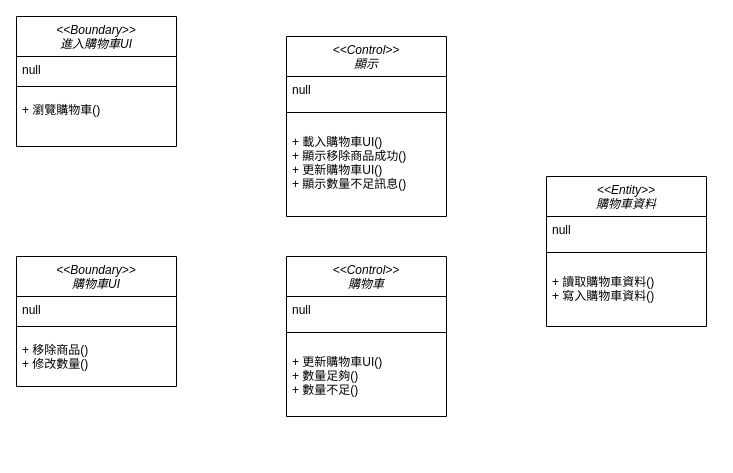
This is 購物車類別圖0515.drawio from odcs0320/blog, a draw.io file, before an edit. Source tidied: cells renumbered, new cells numbered last; positions are measured from the earlier drawing's top-left corner, leaving out a move shared by most shapes. Both pictures are drawn from the tidied source at 100%, with x=0, y=0 at pixel (16, 16).
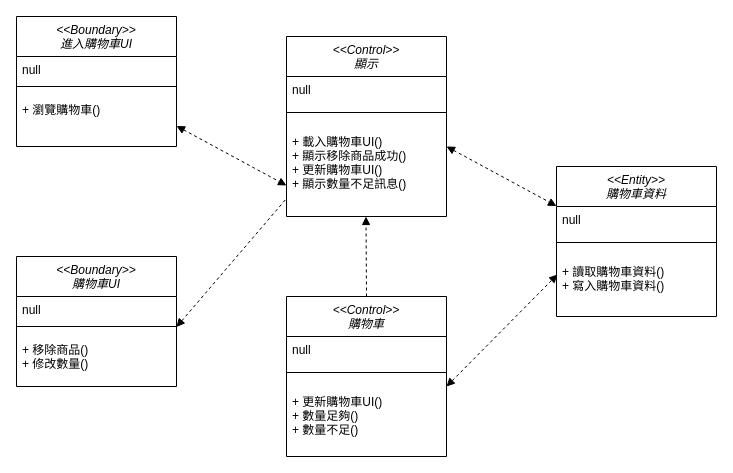
The same page after the edit.

Commit message:
更新購物車類別圖0515.drawio

The change refers to these unchanged cells:
```xml
<mxCell id="13" value="+ 載入購物車UI()&#10;+ 顯示移除商品成功()&#10;+ 更新購物車UI()&#10;+ 顯示數量不足訊息()" style="text;align=left;verticalAlign=top;spacingLeft=4;spacingRight=4;overflow=hidden;points=[[0,0.5],[1,0.5]];portConstraint=eastwest;rounded=0;shadow=0;html=0;" parent="10" vertex="1">
  <mxGeometry y="92" width="160" height="68" as="geometry" />
</mxCell>
<mxCell id="21" value="+ 讀取購物車資料()&#10;+ 寫入購物車資料()" style="text;align=left;verticalAlign=top;spacingLeft=4;spacingRight=4;overflow=hidden;points=[[0,0.5],[1,0.5]];portConstraint=eastwest;rounded=0;shadow=0;html=0;" parent="18" vertex="1">
  <mxGeometry y="92" width="160" height="58" as="geometry" />
</mxCell>
```

Diff of the diagram source:
```diff
@@
     <mxCell id="14" value="&lt;&lt;Control&gt;&gt;&#10;購物車" style="swimlane;fontStyle=2;align=center;verticalAlign=top;horizontal=1;startSize=40;rounded=0;shadow=0;strokeWidth=1;" parent="1" vertex="1">
-      <mxGeometry x="270" y="240" width="160" height="160" as="geometry" />
+      <mxGeometry x="270" y="280" width="160" height="160" as="geometry" />
     </mxCell>
@@
     <mxCell id="18" value="&lt;&lt;Entity&gt;&gt;&#10;購物車資料" style="swimlane;fontStyle=2;align=center;verticalAlign=top;horizontal=1;startSize=40;rounded=0;shadow=0;strokeWidth=1;" parent="1" vertex="1">
-      <mxGeometry x="530" y="160" width="160" height="150" as="geometry" />
+      <mxGeometry x="540" y="150" width="160" height="150" as="geometry" />
     </mxCell>
@@
+    <mxCell id="22" style="endArrow=block;startArrow=block;endFill=1;startFill=1;html=1;rounded=0;exitX=1;exitY=0.5;exitDx=0;exitDy=0;dashed=1;entryX=0;entryY=0.838;entryDx=0;entryDy=0;entryPerimeter=0;" parent="1" edge="1" target="13">
+      <mxGeometry relative="1" as="geometry">
+        <mxPoint x="160" y="109.5" as="sourcePoint" />
+      </mxGeometry>
+    </mxCell>
+    <mxCell id="23" style="endArrow=none;startArrow=block;endFill=0;startFill=1;html=1;rounded=0;exitX=1;exitY=0.5;exitDx=0;exitDy=0;dashed=1;entryX=0;entryY=1.029;entryDx=0;entryDy=0;entryPerimeter=0;" parent="1" edge="1" target="13">
+      <mxGeometry relative="1" as="geometry">
+        <mxPoint x="160" y="310.5" as="sourcePoint" />
+      </mxGeometry>
+    </mxCell>
+    <mxCell id="24" style="endArrow=block;startArrow=none;endFill=1;startFill=0;html=1;rounded=0;dashed=1;exitX=0.5;exitY=0;exitDx=0;exitDy=0;" parent="1" edge="1" source="14">
+      <mxGeometry relative="1" as="geometry">
+        <mxPoint x="349.5" y="200" as="targetPoint" />
+      </mxGeometry>
+    </mxCell>
+    <mxCell id="25" style="endArrow=block;startArrow=block;endFill=1;startFill=1;html=1;rounded=0;exitX=1;exitY=0.5;exitDx=0;exitDy=0;dashed=1;entryX=0;entryY=0.838;entryDx=0;entryDy=0;entryPerimeter=0;" parent="1" edge="1">
+      <mxGeometry relative="1" as="geometry">
+        <mxPoint x="430" y="130" as="sourcePoint" />
+        <mxPoint x="540" y="189.5" as="targetPoint" />
+      </mxGeometry>
+    </mxCell>
+    <mxCell id="26" style="endArrow=block;startArrow=block;endFill=1;startFill=1;html=1;rounded=0;exitX=1;exitY=0.5;exitDx=0;exitDy=0;dashed=1;entryX=0.006;entryY=0.276;entryDx=0;entryDy=0;entryPerimeter=0;" parent="1" edge="1" target="21">
+      <mxGeometry relative="1" as="geometry">
+        <mxPoint x="430" y="370" as="sourcePoint" />
+      </mxGeometry>
+    </mxCell>
```
